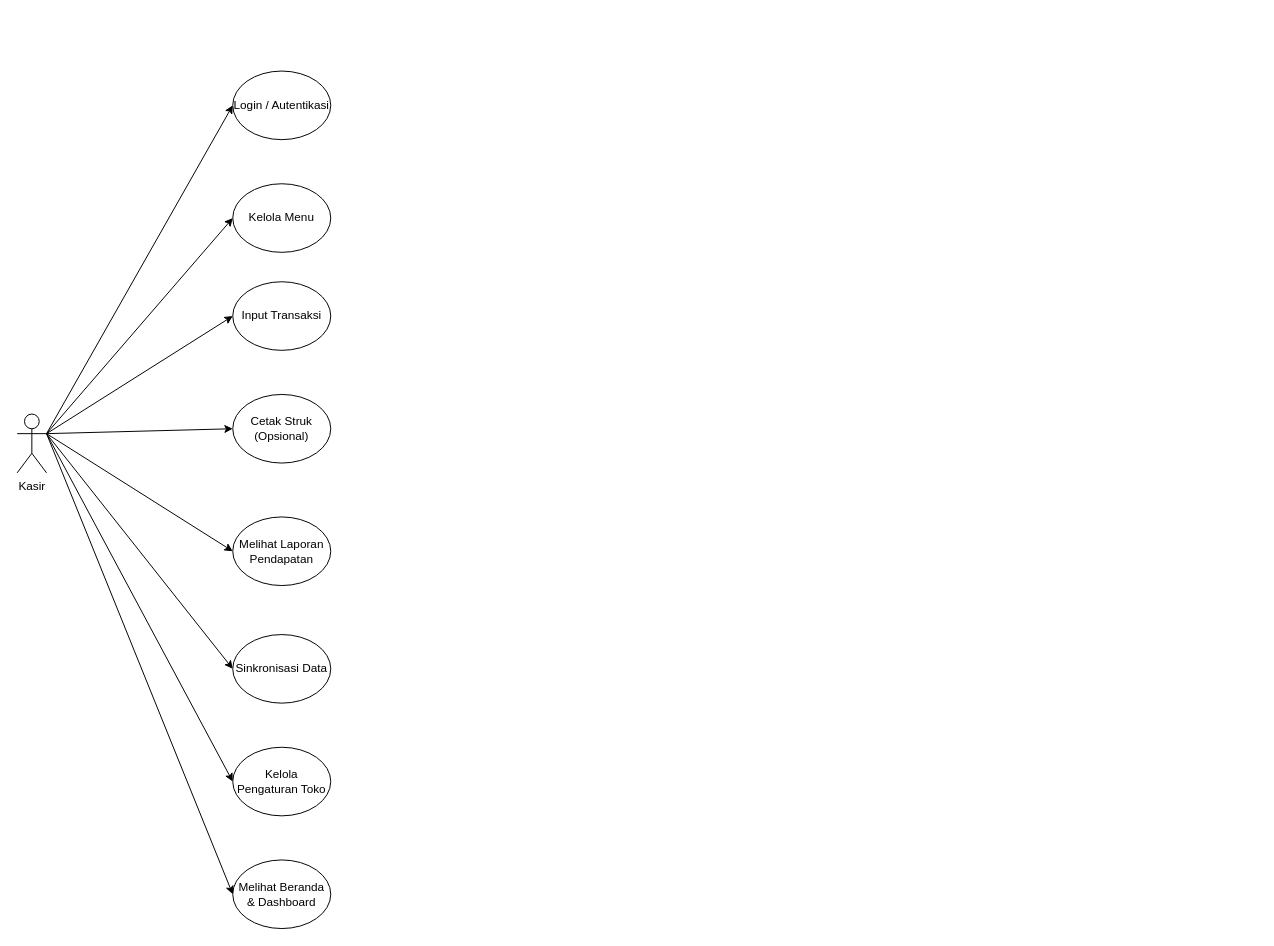
This is page "Use Case" (2 of 14) of docs/diagrams/uml-diagrams.drawio from Aldyfaisal80/pos-pwa-mie-jawa-melati, a draw.io file, before an edit. Source tidied: cells renumbered, new cells numbered last; positions are measured from the earlier drawing's top-left corner, leaving out a move shared by most shapes. Both pictures are drawn from the tidied source at 98%, with x=0, y=0 at pixel (17, 71).
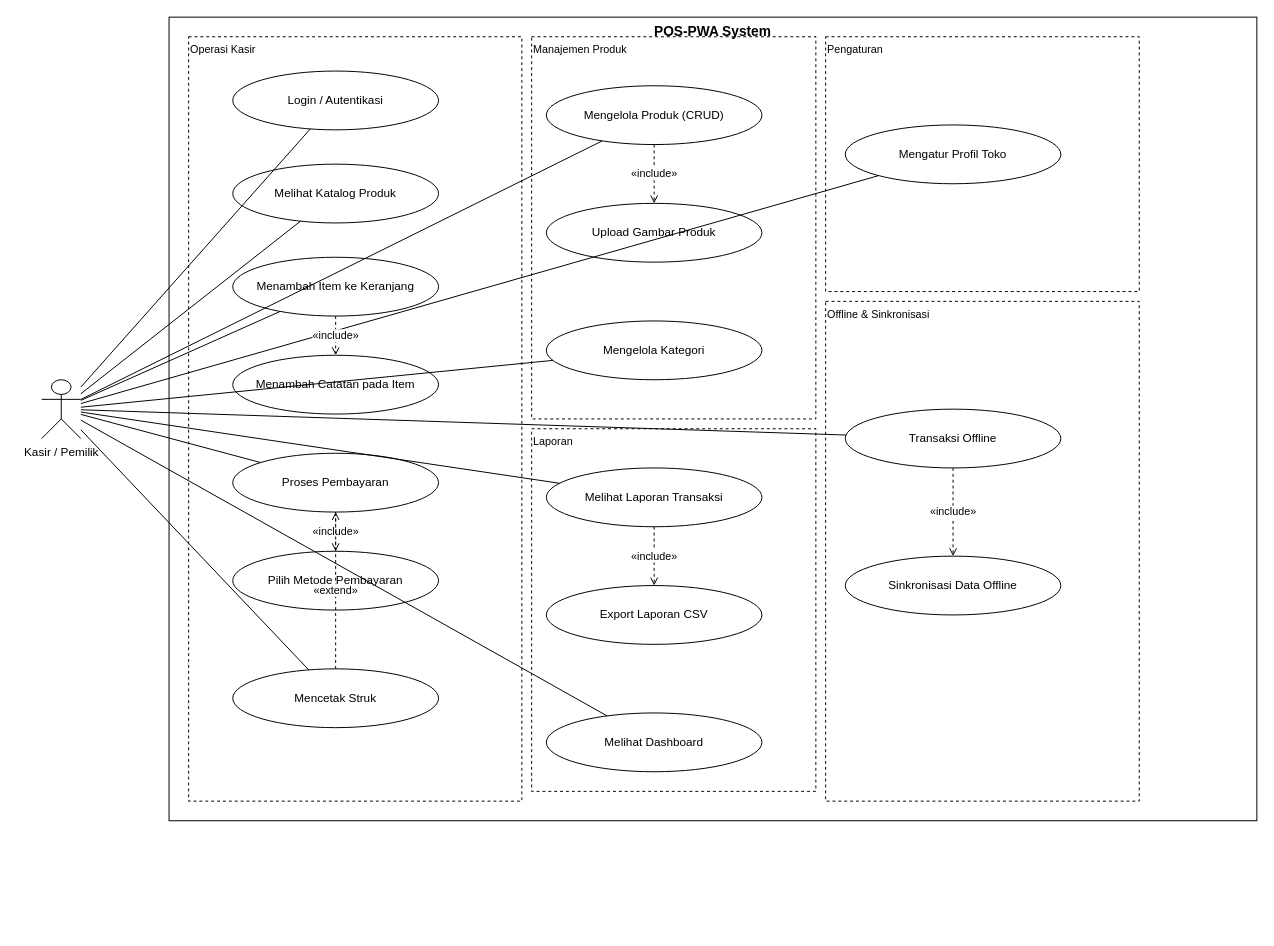
Above is the later version.

Change to the diagram source:
```diff
@@
+    <mxCell id="19" value="POS-PWA System" style="rounded=0;whiteSpace=wrap;html=1;verticalAlign=top;align=center;fontSize=14;fontStyle=1;fillColor=none;" parent="1" vertex="1">
+      <mxGeometry x="155" y="-55" width="1110" height="820" as="geometry" />
+    </mxCell>
+    <mxCell id="20" value="Operasi Kasir" style="rounded=0;whiteSpace=wrap;html=1;verticalAlign=top;align=left;dashed=1;strokeDasharray=8 4;fontSize=11;fillColor=none;" parent="1" vertex="1">
+      <mxGeometry x="175" y="-35" width="340" height="780" as="geometry" />
+    </mxCell>
+    <mxCell id="21" value="Manajemen Produk" style="rounded=0;whiteSpace=wrap;html=1;verticalAlign=top;align=left;dashed=1;strokeDasharray=8 4;fontSize=11;fillColor=none;" parent="1" vertex="1">
+      <mxGeometry x="525" y="-35" width="290" height="390" as="geometry" />
+    </mxCell>
+    <mxCell id="22" value="Laporan" style="rounded=0;whiteSpace=wrap;html=1;verticalAlign=top;align=left;dashed=1;strokeDasharray=8 4;fontSize=11;fillColor=none;" parent="1" vertex="1">
+      <mxGeometry x="525" y="365" width="290" height="370" as="geometry" />
+    </mxCell>
+    <mxCell id="23" value="Pengaturan" style="rounded=0;whiteSpace=wrap;html=1;verticalAlign=top;align=left;dashed=1;strokeDasharray=8 4;fontSize=11;fillColor=none;" parent="1" vertex="1">
+      <mxGeometry x="825" y="-35" width="320" height="260" as="geometry" />
+    </mxCell>
+    <mxCell id="24" value="Offline &amp; Sinkronisasi" style="rounded=0;whiteSpace=wrap;html=1;verticalAlign=top;align=left;dashed=1;strokeDasharray=8 4;fontSize=11;fillColor=none;" parent="1" vertex="1">
+      <mxGeometry x="825" y="235" width="320" height="510" as="geometry" />
+    </mxCell>
+    <mxCell id="25" value="Kasir / Pemilik" style="shape=umlActor;verticalLabelPosition=bottom;verticalAlign=top;html=1;" parent="1" vertex="1">
+      <mxGeometry x="25" y="315" width="40" height="60" as="geometry" />
+    </mxCell>
     <mxCell id="2" value="Login / Autentikasi" style="ellipse;whiteSpace=wrap;html=1;align=center;" parent="1" vertex="1">
-      <mxGeometry x="220" width="100" height="70" as="geometry" />
+      <mxGeometry x="220" width="210" height="60" as="geometry" />
     </mxCell>
-    <mxCell id="3" value="Kelola Menu" style="ellipse;whiteSpace=wrap;html=1;align=center;" parent="1" vertex="1">
-      <mxGeometry x="220" y="115" width="100" height="70" as="geometry" />
-    </mxCell>
-    <mxCell id="4" value="Input Transaksi" style="ellipse;whiteSpace=wrap;html=1;align=center;" parent="1" vertex="1">
-      <mxGeometry x="220" y="215" width="100" height="70" as="geometry" />
-    </mxCell>
-    <mxCell id="5" value="Cetak Struk (Opsional)" style="ellipse;whiteSpace=wrap;html=1;align=center;" parent="1" vertex="1">
-      <mxGeometry x="220" y="330" width="100" height="70" as="geometry" />
-    </mxCell>
-    <mxCell id="6" value="Melihat Laporan Pendapatan" style="ellipse;whiteSpace=wrap;html=1;align=center;" parent="1" vertex="1">
-      <mxGeometry x="220" y="455" width="100" height="70" as="geometry" />
-    </mxCell>
-    <mxCell id="7" value="Sinkronisasi Data" style="ellipse;whiteSpace=wrap;html=1;align=center;" parent="1" vertex="1">
-      <mxGeometry x="220" y="575" width="100" height="70" as="geometry" />
-    </mxCell>
-    <mxCell id="8" value="Kelola Pengaturan Toko" style="ellipse;whiteSpace=wrap;html=1;align=center;" parent="1" vertex="1">
-      <mxGeometry x="220" y="690" width="100" height="70" as="geometry" />
-    </mxCell>
-    <mxCell id="9" value="Kasir" style="shape=umlActor;verticalLabelPosition=bottom;verticalAlign=top;html=1;" parent="1" vertex="1">
-      <mxGeometry y="350" width="30" height="60" as="geometry" />
-    </mxCell>
-    <mxCell id="10" style="endArrow=classic;html=1;rounded=0;exitX=1;exitY=0.3333333333333333;exitDx=0;exitDy=0;exitPerimeter=0;entryX=0;entryY=0.5;entryDx=0;entryDy=0;" parent="1" edge="1" source="9" target="2">
-      <mxGeometry relative="1" as="geometry" />
-    </mxCell>
-    <mxCell id="11" style="endArrow=classic;html=1;rounded=0;exitX=1;exitY=0.3333333333333333;exitDx=0;exitDy=0;exitPerimeter=0;entryX=0;entryY=0.5;entryDx=0;entryDy=0;" parent="1" edge="1" source="9" target="3">
-      <mxGeometry relative="1" as="geometry" />
-    </mxCell>
-    <mxCell id="12" style="endArrow=classic;html=1;rounded=0;exitX=1;exitY=0.3333333333333333;exitDx=0;exitDy=0;exitPerimeter=0;entryX=0;entryY=0.5;entryDx=0;entryDy=0;" parent="1" edge="1" source="9" target="4">
-      <mxGeometry relative="1" as="geometry" />
-    </mxCell>
-    <mxCell id="13" style="endArrow=classic;html=1;rounded=0;exitX=1;exitY=0.3333333333333333;exitDx=0;exitDy=0;exitPerimeter=0;entryX=0;entryY=0.5;entryDx=0;entryDy=0;" parent="1" edge="1" source="9" target="5">
-      <mxGeometry relative="1" as="geometry" />
-    </mxCell>
-    <mxCell id="14" style="endArrow=classic;html=1;rounded=0;exitX=1;exitY=0.3333333333333333;exitDx=0;exitDy=0;exitPerimeter=0;entryX=0;entryY=0.5;entryDx=0;entryDy=0;" parent="1" edge="1" source="9" target="6">
-      <mxGeometry relative="1" as="geometry" />
-    </mxCell>
-    <mxCell id="15" style="endArrow=classic;html=1;rounded=0;entryX=0;entryY=0.5;entryDx=0;entryDy=0;exitX=1;exitY=0.3333333333333333;exitDx=0;exitDy=0;exitPerimeter=0;" parent="1" edge="1" source="9" target="7">
-      <mxGeometry relative="1" as="geometry" />
-    </mxCell>
-    <mxCell id="16" style="endArrow=classic;html=1;rounded=0;entryX=0;entryY=0.5;entryDx=0;entryDy=0;exitX=1;exitY=0.3333333333333333;exitDx=0;exitDy=0;exitPerimeter=0;" parent="1" edge="1" source="9" target="8">
-      <mxGeometry relative="1" as="geometry" />
-    </mxCell>
-    <mxCell id="17" value="Melihat Beranda &amp; Dashboard" style="ellipse;whiteSpace=wrap;html=1;align=center;" parent="1" vertex="1">
-      <mxGeometry x="220" y="805" width="100" height="70" as="geometry" />
-    </mxCell>
-    <mxCell id="18" style="endArrow=classic;html=1;rounded=0;entryX=0;entryY=0.5;entryDx=0;entryDy=0;exitX=1;exitY=0.3333333333333333;exitDx=0;exitDy=0;exitPerimeter=0;" parent="1" edge="1" source="9" target="17">
-      <mxGeometry relative="1" as="geometry" />
-    </mxCell>
+    <mxCell id="26" value="Melihat Katalog Produk" style="ellipse;whiteSpace=wrap;html=1;align=center;" parent="1" vertex="1">
+      <mxGeometry x="220" y="95" width="210" height="60" as="geometry" />
+    </mxCell>
+    <mxCell id="27" value="Menambah Item ke Keranjang" style="ellipse;whiteSpace=wrap;html=1;align=center;" parent="1" vertex="1">
+      <mxGeometry x="220" y="190" width="210" height="60" as="geometry" />
+    </mxCell>
+    <mxCell id="28" value="Menambah Catatan pada Item" style="ellipse;whiteSpace=wrap;html=1;align=center;" parent="1" vertex="1">
+      <mxGeometry x="220" y="290" width="210" height="60" as="geometry" />
+    </mxCell>
+    <mxCell id="29" value="Proses Pembayaran" style="ellipse;whiteSpace=wrap;html=1;align=center;" parent="1" vertex="1">
+      <mxGeometry x="220" y="390" width="210" height="60" as="geometry" />
+    </mxCell>
+    <mxCell id="30" value="Pilih Metode Pembayaran" style="ellipse;whiteSpace=wrap;html=1;align=center;" parent="1" vertex="1">
+      <mxGeometry x="220" y="490" width="210" height="60" as="geometry" />
+    </mxCell>
+    <mxCell id="31" value="Mencetak Struk" style="ellipse;whiteSpace=wrap;html=1;align=center;" parent="1" vertex="1">
+      <mxGeometry x="220" y="610" width="210" height="60" as="geometry" />
+    </mxCell>
+    <mxCell id="32" value="Mengelola Produk (CRUD)" style="ellipse;whiteSpace=wrap;html=1;align=center;" parent="1" vertex="1">
+      <mxGeometry x="540" y="15" width="220" height="60" as="geometry" />
+    </mxCell>
+    <mxCell id="33" value="Upload Gambar Produk" style="ellipse;whiteSpace=wrap;html=1;align=center;" parent="1" vertex="1">
+      <mxGeometry x="540" y="135" width="220" height="60" as="geometry" />
+    </mxCell>
+    <mxCell id="34" value="Mengelola Kategori" style="ellipse;whiteSpace=wrap;html=1;align=center;" parent="1" vertex="1">
+      <mxGeometry x="540" y="255" width="220" height="60" as="geometry" />
+    </mxCell>
+    <mxCell id="35" value="Melihat Laporan Transaksi" style="ellipse;whiteSpace=wrap;html=1;align=center;" parent="1" vertex="1">
+      <mxGeometry x="540" y="405" width="220" height="60" as="geometry" />
+    </mxCell>
+    <mxCell id="36" value="Export Laporan CSV" style="ellipse;whiteSpace=wrap;html=1;align=center;" parent="1" vertex="1">
+      <mxGeometry x="540" y="525" width="220" height="60" as="geometry" />
+    </mxCell>
+    <mxCell id="37" value="Melihat Dashboard" style="ellipse;whiteSpace=wrap;html=1;align=center;" parent="1" vertex="1">
+      <mxGeometry x="540" y="655" width="220" height="60" as="geometry" />
+    </mxCell>
+    <mxCell id="38" value="Mengatur Profil Toko" style="ellipse;whiteSpace=wrap;html=1;align=center;" parent="1" vertex="1">
+      <mxGeometry x="845" y="55" width="220" height="60" as="geometry" />
+    </mxCell>
+    <mxCell id="39" value="Transaksi Offline" style="ellipse;whiteSpace=wrap;html=1;align=center;" parent="1" vertex="1">
+      <mxGeometry x="845" y="345" width="220" height="60" as="geometry" />
+    </mxCell>
+    <mxCell id="40" value="Sinkronisasi Data Offline" style="ellipse;whiteSpace=wrap;html=1;align=center;" parent="1" vertex="1">
+      <mxGeometry x="845" y="495" width="220" height="60" as="geometry" />
+    </mxCell>
+    <mxCell id="41" style="endArrow=none;html=1;" parent="1" edge="1" source="25" target="2">
+      <mxGeometry relative="1" as="geometry" />
+    </mxCell>
+    <mxCell id="42" style="endArrow=none;html=1;" parent="1" edge="1" source="25" target="26">
+      <mxGeometry relative="1" as="geometry" />
+    </mxCell>
+    <mxCell id="43" style="endArrow=none;html=1;" parent="1" edge="1" source="25" target="27">
+      <mxGeometry relative="1" as="geometry" />
+    </mxCell>
+    <mxCell id="44" style="endArrow=none;html=1;" parent="1" edge="1" source="25" target="29">
+      <mxGeometry relative="1" as="geometry" />
+    </mxCell>
+    <mxCell id="45" style="endArrow=none;html=1;" parent="1" edge="1" source="25" target="31">
+      <mxGeometry relative="1" as="geometry" />
+    </mxCell>
+    <mxCell id="46" style="endArrow=none;html=1;" parent="1" edge="1" source="25" target="32">
+      <mxGeometry relative="1" as="geometry" />
+    </mxCell>
+    <mxCell id="47" style="endArrow=none;html=1;" parent="1" edge="1" source="25" target="34">
+      <mxGeometry relative="1" as="geometry" />
+    </mxCell>
+    <mxCell id="48" style="endArrow=none;html=1;" parent="1" edge="1" source="25" target="35">
+      <mxGeometry relative="1" as="geometry" />
+    </mxCell>
+    <mxCell id="49" style="endArrow=none;html=1;" parent="1" edge="1" source="25" target="37">
+      <mxGeometry relative="1" as="geometry" />
+    </mxCell>
+    <mxCell id="50" style="endArrow=none;html=1;" parent="1" edge="1" source="25" target="38">
+      <mxGeometry relative="1" as="geometry" />
+    </mxCell>
+    <mxCell id="51" style="endArrow=none;html=1;" parent="1" edge="1" source="25" target="39">
+      <mxGeometry relative="1" as="geometry" />
+    </mxCell>
+    <mxCell id="52" value="«include»" style="dashed=1;endArrow=open;html=1;startArrow=none;endFill=0;" parent="1" edge="1" source="27" target="28">
+      <mxGeometry relative="1" as="geometry" />
+    </mxCell>
+    <mxCell id="53" value="«include»" style="dashed=1;endArrow=open;html=1;startArrow=none;endFill=0;" parent="1" edge="1" source="29" target="30">
+      <mxGeometry relative="1" as="geometry" />
+    </mxCell>
+    <mxCell id="54" value="«include»" style="dashed=1;endArrow=open;html=1;startArrow=none;endFill=0;" parent="1" edge="1" source="32" target="33">
+      <mxGeometry relative="1" as="geometry" />
+    </mxCell>
+    <mxCell id="55" value="«include»" style="dashed=1;endArrow=open;html=1;startArrow=none;endFill=0;" parent="1" edge="1" source="35" target="36">
+      <mxGeometry relative="1" as="geometry" />
+    </mxCell>
+    <mxCell id="56" value="«include»" style="dashed=1;endArrow=open;html=1;startArrow=none;endFill=0;" parent="1" edge="1" source="39" target="40">
+      <mxGeometry relative="1" as="geometry" />
+    </mxCell>
+    <mxCell id="57" value="«extend»" style="dashed=1;endArrow=open;html=1;startArrow=none;endFill=0;" parent="1" edge="1" source="31" target="29">
+      <mxGeometry relative="1" as="geometry" />
+    </mxCell>
```
